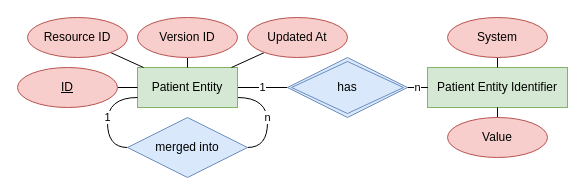
Earlier version of the draw.io diagram patient-index-main/erm.drawio (tobchen/patient-index). Source tidied: cells renumbered, new cells numbered last; positions are measured from the earlier drawing's top-left corner, leaving out a move shared by most shapes. Both pictures are drawn from the tidied source at 100%, with x=0, y=0 at pixel (17, 17).
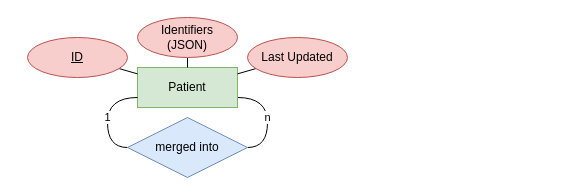
The same diagram, later.

Diff of the diagram source:
```diff
@@
-    <mxCell id="2" value="1" style="edgeStyle=orthogonalEdgeStyle;rounded=0;jettySize=auto;html=1;endArrow=none;endFill=0;" parent="1" edge="1" source="4" target="19">
-      <mxGeometry relative="1" as="geometry" />
-    </mxCell>
@@
-    <mxCell id="4" value="Patient Entity" style="whiteSpace=wrap;html=1;align=center;fillColor=#d5e8d4;strokeColor=#82b366;" parent="1" vertex="1">
+    <mxCell id="4" value="Patient" style="whiteSpace=wrap;html=1;align=center;fillColor=#d5e8d4;strokeColor=#82b366;" parent="1" vertex="1">
       <mxGeometry x="120" y="50" width="100" height="40" as="geometry" />
     </mxCell>
-    <mxCell id="5" value="Patient Entity Identifier" style="whiteSpace=wrap;html=1;align=center;fillColor=#d5e8d4;strokeColor=#82b366;" parent="1" vertex="1">
-      <mxGeometry x="410" y="50" width="140" height="40" as="geometry" />
-    </mxCell>
-    <mxCell id="6" style="rounded=0;jettySize=auto;html=1;endArrow=none;endFill=0;" parent="1" edge="1" source="7" target="5">
-      <mxGeometry relative="1" as="geometry" />
-    </mxCell>
-    <mxCell id="7" value="System" style="ellipse;whiteSpace=wrap;html=1;align=center;fillColor=#f8cecc;strokeColor=#b85450;" parent="1" vertex="1">
-      <mxGeometry x="430" width="100" height="40" as="geometry" />
-    </mxCell>
-    <mxCell id="8" style="edgeStyle=none;rounded=0;jettySize=auto;html=1;endArrow=none;endFill=0;" parent="1" edge="1" source="9" target="5">
-      <mxGeometry relative="1" as="geometry" />
-    </mxCell>
-    <mxCell id="9" value="Value" style="ellipse;whiteSpace=wrap;html=1;align=center;fillColor=#f8cecc;strokeColor=#b85450;" parent="1" vertex="1">
-      <mxGeometry x="430" y="100" width="100" height="40" as="geometry" />
-    </mxCell>
-    <mxCell id="10" value="n" style="edgeStyle=orthogonalEdgeStyle;rounded=0;jettySize=auto;html=1;endArrow=none;endFill=0;" parent="1" edge="1" source="19" target="5">
-      <mxGeometry relative="1" as="geometry" />
-    </mxCell>
@@
     <mxCell id="12" value="ID" style="ellipse;whiteSpace=wrap;html=1;align=center;fontStyle=4;fillColor=#f8cecc;strokeColor=#b85450;" parent="1" vertex="1">
-      <mxGeometry y="50" width="100" height="40" as="geometry" />
+      <mxGeometry x="10" y="20" width="100" height="40" as="geometry" />
     </mxCell>
-    <mxCell id="13" style="edgeStyle=none;rounded=0;jettySize=auto;html=1;endArrow=none;endFill=0;" parent="1" edge="1" source="14" target="4">
-      <mxGeometry relative="1" as="geometry" />
-    </mxCell>
-    <mxCell id="14" value="Resource ID" style="ellipse;whiteSpace=wrap;html=1;align=center;fillColor=#f8cecc;strokeColor=#b85450;" parent="1" vertex="1">
-      <mxGeometry x="10" width="100" height="40" as="geometry" />
-    </mxCell>
@@
-    <mxCell id="16" value="Version ID" style="ellipse;whiteSpace=wrap;html=1;align=center;fillColor=#f8cecc;strokeColor=#b85450;" parent="1" vertex="1">
+    <mxCell id="16" value="Identifiers&lt;div&gt;(JSON)&lt;/div&gt;" style="ellipse;whiteSpace=wrap;html=1;align=center;fillColor=#f8cecc;strokeColor=#b85450;" parent="1" vertex="1">
       <mxGeometry x="120" width="100" height="40" as="geometry" />
     </mxCell>
@@
-    <mxCell id="18" value="Updated At" style="ellipse;whiteSpace=wrap;html=1;align=center;fillColor=#f8cecc;strokeColor=#b85450;" parent="1" vertex="1">
-      <mxGeometry x="230" width="100" height="40" as="geometry" />
+    <mxCell id="18" value="Last Updated" style="ellipse;whiteSpace=wrap;html=1;align=center;fillColor=#f8cecc;strokeColor=#b85450;" parent="1" vertex="1">
+      <mxGeometry x="230" y="20" width="100" height="40" as="geometry" />
     </mxCell>
-    <mxCell id="19" value="has" style="shape=rhombus;double=1;perimeter=rhombusPerimeter;whiteSpace=wrap;html=1;align=center;fillColor=#dae8fc;strokeColor=#6c8ebf;" parent="1" vertex="1">
-      <mxGeometry x="270" y="40" width="120" height="60" as="geometry" />
-    </mxCell>
@@
-    <mxCell id="22" style="edgeStyle=orthogonalEdgeStyle;curved=1;rounded=0;orthogonalLoop=1;jettySize=auto;html=1;exitX=0.5;exitY=1;exitDx=0;exitDy=0;endArrow=none;endFill=0;" parent="1" edge="1" source="9" target="9">
-      <mxGeometry relative="1" as="geometry" />
-    </mxCell>
```
